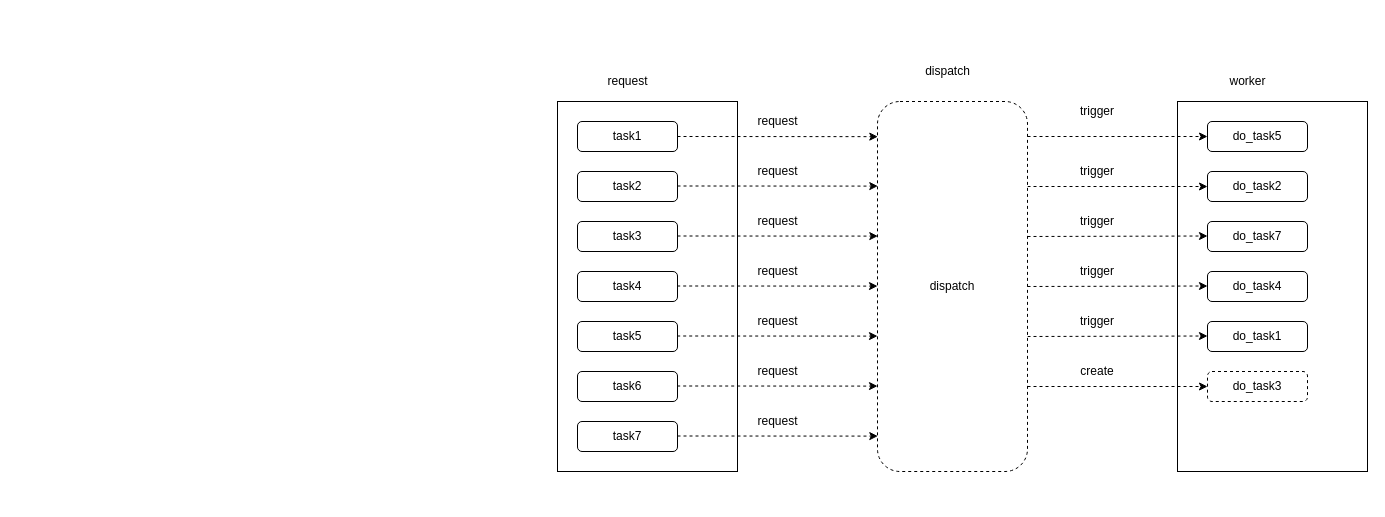
Before: page "第 1 页" (1 of 2) of lfp_documents/docs/app_base/app_libs/app_threadpool/线程池.drawio in Wytaitaislee/lfp_tech_advance, a draw.io diagram. Source tidied: cells renumbered, new cells numbered last; positions are measured from the earlier drawing's top-left corner, leaving out a move shared by most shapes. Both pictures are drawn from the tidied source at 100%, with x=0, y=0 at pixel (557, 61).
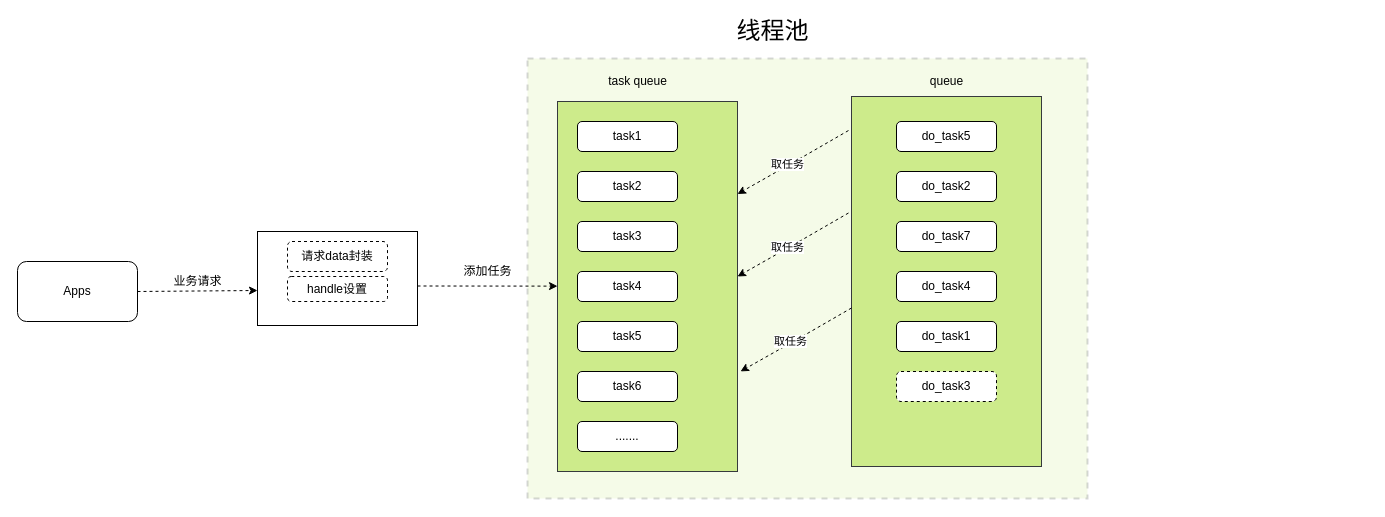
The same diagram, later.

Commit message:
线程池整体架构

The change refers to these unchanged cells:
```xml
<mxCell id="3" value="task1" style="rounded=1;whiteSpace=wrap;html=1;" parent="1" vertex="1">
  <mxGeometry x="20" y="60" width="100" height="30" as="geometry" />
</mxCell>
```

Diff of the diagram source:
```diff
@@
+    <mxCell id="47" style="rounded=0;whiteSpace=wrap;html=1;shadow=0;dashed=1;strokeColor=#36393d;fillColor=#cdeb8b;strokeWidth=2;opacity=20;" parent="1" vertex="1">
+      <mxGeometry x="-30" y="-3" width="560" height="440" as="geometry" />
+    </mxCell>
-    <mxCell id="2" style="rounded=0;whiteSpace=wrap;html=1;" parent="1" vertex="1">
+    <mxCell id="2" style="rounded=0;whiteSpace=wrap;html=1;fillColor=#cdeb8b;strokeColor=#36393d;" parent="1" vertex="1">
       <mxGeometry y="40" width="180" height="370" as="geometry" />
     </mxCell>
@@
-    <mxCell id="8" style="rounded=0;whiteSpace=wrap;html=1;" parent="1" vertex="1">
-      <mxGeometry x="620" y="40" width="190" height="370" as="geometry" />
+    <mxCell id="8" style="rounded=0;whiteSpace=wrap;html=1;fillColor=#cdeb8b;strokeColor=#36393d;" parent="1" vertex="1">
+      <mxGeometry x="294" y="35" width="190" height="370" as="geometry" />
     </mxCell>
-    <mxCell id="9" value="do_task5" style="rounded=1;whiteSpace=wrap;html=1;" parent="1" vertex="1">
-      <mxGeometry x="650" y="60" width="100" height="30" as="geometry" />
-    </mxCell>
-    <mxCell id="10" value="do_task2" style="rounded=1;whiteSpace=wrap;html=1;" parent="1" vertex="1">
-      <mxGeometry x="650" y="110" width="100" height="30" as="geometry" />
-    </mxCell>
     <mxCell id="11" value="do_task7" style="rounded=1;whiteSpace=wrap;html=1;" parent="1" vertex="1">
-      <mxGeometry x="650" y="160" width="100" height="30" as="geometry" />
+      <mxGeometry x="339" y="160" width="100" height="30" as="geometry" />
     </mxCell>
     <mxCell id="12" value="do_task4" style="rounded=1;whiteSpace=wrap;html=1;" parent="1" vertex="1">
-      <mxGeometry x="650" y="210" width="100" height="30" as="geometry" />
+      <mxGeometry x="339" y="210" width="100" height="30" as="geometry" />
     </mxCell>
     <mxCell id="13" value="do_task1" style="rounded=1;whiteSpace=wrap;html=1;" parent="1" vertex="1">
-      <mxGeometry x="650" y="260" width="100" height="30" as="geometry" />
+      <mxGeometry x="339" y="260" width="100" height="30" as="geometry" />
     </mxCell>
-    <mxCell id="14" value="request" style="text;html=1;align=center;verticalAlign=middle;" parent="1" vertex="1">
-      <mxGeometry x="40" y="10" width="60" height="20" as="geometry" />
-    </mxCell>
-    <mxCell id="15" value="worker" style="text;html=1;align=center;verticalAlign=middle;" parent="1" vertex="1">
-      <mxGeometry x="665" y="10" width="50" height="20" as="geometry" />
-    </mxCell>
-    <mxCell id="16" style="endArrow=classic;html=1;entryX=0;entryY=0.5;entryDx=0;entryDy=0;dashed=1;" parent="1" edge="1" target="9">
-      <mxGeometry relative="1" as="geometry">
-        <mxPoint x="470" y="75" as="sourcePoint" />
-      </mxGeometry>
-    </mxCell>
-    <mxCell id="17" style="endArrow=classic;html=1;entryX=0;entryY=0.5;entryDx=0;entryDy=0;dashed=1;" parent="1" edge="1" target="10">
-      <mxGeometry relative="1" as="geometry">
-        <mxPoint x="470" y="125" as="sourcePoint" />
-      </mxGeometry>
-    </mxCell>
-    <mxCell id="18" style="endArrow=classic;html=1;entryX=0;entryY=0.5;entryDx=0;entryDy=0;dashed=1;" parent="1" edge="1">
-      <mxGeometry relative="1" as="geometry">
-        <mxPoint x="470" y="175" as="sourcePoint" />
-        <mxPoint x="650" y="174.5" as="targetPoint" />
-      </mxGeometry>
-    </mxCell>
-    <mxCell id="19" style="endArrow=classic;html=1;entryX=0;entryY=0.5;entryDx=0;entryDy=0;dashed=1;" parent="1" edge="1">
-      <mxGeometry relative="1" as="geometry">
-        <mxPoint x="470" y="225" as="sourcePoint" />
-        <mxPoint x="650" y="224.5" as="targetPoint" />
-      </mxGeometry>
-    </mxCell>
-    <mxCell id="20" style="endArrow=classic;html=1;entryX=0;entryY=0.5;entryDx=0;entryDy=0;dashed=1;" parent="1" edge="1">
-      <mxGeometry relative="1" as="geometry">
-        <mxPoint x="470" y="275" as="sourcePoint" />
-        <mxPoint x="650" y="274.5" as="targetPoint" />
-      </mxGeometry>
-    </mxCell>
@@
     <mxCell id="22" value="do_task3" style="rounded=1;whiteSpace=wrap;html=1;dashed=1;" parent="1" vertex="1">
-      <mxGeometry x="650" y="310" width="100" height="30" as="geometry" />
+      <mxGeometry x="339" y="310" width="100" height="30" as="geometry" />
     </mxCell>
-    <mxCell id="23" value="task7" style="rounded=1;whiteSpace=wrap;html=1;" parent="1" vertex="1">
+    <mxCell id="23" value="......." style="rounded=1;whiteSpace=wrap;html=1;" parent="1" vertex="1">
       <mxGeometry x="20" y="360" width="100" height="30" as="geometry" />
     </mxCell>
-    <mxCell id="24" style="endArrow=classic;html=1;dashed=1;entryX=0;entryY=0.5;entryDx=0;entryDy=0;" parent="1" edge="1" target="22">
-      <mxGeometry relative="1" as="geometry">
-        <mxPoint x="470" y="325" as="sourcePoint" />
-        <Array as="points">
-          <mxPoint x="470" y="325" />
-        </Array>
-      </mxGeometry>
-    </mxCell>
-    <mxCell id="25" value="create" style="text;html=1;strokeColor=none;fillColor=none;align=center;verticalAlign=middle;whiteSpace=wrap;rounded=0;dashed=1;" parent="1" vertex="1">
-      <mxGeometry x="520" y="300" width="40" height="20" as="geometry" />
-    </mxCell>
-    <mxCell id="26" value="trigger" style="text;html=1;strokeColor=none;fillColor=none;align=center;verticalAlign=middle;whiteSpace=wrap;rounded=0;dashed=1;" parent="1" vertex="1">
-      <mxGeometry x="520" y="40" width="40" height="20" as="geometry" />
-    </mxCell>
-    <mxCell id="27" value="trigger" style="text;html=1;strokeColor=none;fillColor=none;align=center;verticalAlign=middle;whiteSpace=wrap;rounded=0;dashed=1;" parent="1" vertex="1">
-      <mxGeometry x="520" y="100" width="40" height="20" as="geometry" />
-    </mxCell>
-    <mxCell id="28" value="trigger" style="text;html=1;strokeColor=none;fillColor=none;align=center;verticalAlign=middle;whiteSpace=wrap;rounded=0;dashed=1;" parent="1" vertex="1">
-      <mxGeometry x="520" y="150" width="40" height="20" as="geometry" />
-    </mxCell>
-    <mxCell id="29" value="trigger" style="text;html=1;strokeColor=none;fillColor=none;align=center;verticalAlign=middle;whiteSpace=wrap;rounded=0;dashed=1;" parent="1" vertex="1">
-      <mxGeometry x="520" y="200" width="40" height="20" as="geometry" />
-    </mxCell>
-    <mxCell id="30" value="trigger" style="text;html=1;strokeColor=none;fillColor=none;align=center;verticalAlign=middle;whiteSpace=wrap;rounded=0;dashed=1;" parent="1" vertex="1">
-      <mxGeometry x="520" y="250" width="40" height="20" as="geometry" />
-    </mxCell>
-    <mxCell id="31" value="dispatch" style="rounded=1;whiteSpace=wrap;html=1;dashed=1;" parent="1" vertex="1">
-      <mxGeometry x="320" y="40" width="150" height="370" as="geometry" />
-    </mxCell>
-    <mxCell id="32" value="dispatch" style="text;html=1;align=center;verticalAlign=middle;" parent="1" vertex="1">
-      <mxGeometry x="360" width="60" height="20" as="geometry" />
+    <mxCell id="32" value="queue" style="text;html=1;align=center;verticalAlign=middle;" parent="1" vertex="1">
+      <mxGeometry x="364" y="10" width="50" height="20" as="geometry" />
     </mxCell>
-    <mxCell id="33" style="endArrow=classic;html=1;dashed=1;exitX=1;exitY=0.5;exitDx=0;exitDy=0;entryX=0.002;entryY=0.095;entryDx=0;entryDy=0;entryPerimeter=0;" parent="1" edge="1" source="3" target="31">
-      <mxGeometry relative="1" as="geometry" />
-    </mxCell>
-    <mxCell id="34" style="endArrow=classic;html=1;dashed=1;exitX=1;exitY=0.5;exitDx=0;exitDy=0;entryX=0.002;entryY=0.095;entryDx=0;entryDy=0;entryPerimeter=0;" parent="1" edge="1">
-      <mxGeometry relative="1" as="geometry">
-        <mxPoint x="120" y="124.5" as="sourcePoint" />
-        <mxPoint x="320.3" y="124.6" as="targetPoint" />
-      </mxGeometry>
-    </mxCell>
-    <mxCell id="35" style="endArrow=classic;html=1;dashed=1;exitX=1;exitY=0.5;exitDx=0;exitDy=0;entryX=0.002;entryY=0.095;entryDx=0;entryDy=0;entryPerimeter=0;" parent="1" edge="1">
-      <mxGeometry relative="1" as="geometry">
-        <mxPoint x="120" y="174.5" as="sourcePoint" />
-        <mxPoint x="320.3" y="174.6" as="targetPoint" />
-      </mxGeometry>
-    </mxCell>
-    <mxCell id="36" style="endArrow=classic;html=1;dashed=1;exitX=1;exitY=0.5;exitDx=0;exitDy=0;entryX=0.002;entryY=0.095;entryDx=0;entryDy=0;entryPerimeter=0;" parent="1" edge="1">
-      <mxGeometry relative="1" as="geometry">
-        <mxPoint x="119.7" y="224.5" as="sourcePoint" />
-        <mxPoint x="320" y="224.6" as="targetPoint" />
-      </mxGeometry>
-    </mxCell>
-    <mxCell id="37" style="endArrow=classic;html=1;dashed=1;exitX=1;exitY=0.5;exitDx=0;exitDy=0;entryX=0.002;entryY=0.095;entryDx=0;entryDy=0;entryPerimeter=0;" parent="1" edge="1">
-      <mxGeometry relative="1" as="geometry">
-        <mxPoint x="119.7" y="274.5" as="sourcePoint" />
-        <mxPoint x="320" y="274.6" as="targetPoint" />
-      </mxGeometry>
-    </mxCell>
-    <mxCell id="38" style="endArrow=classic;html=1;dashed=1;exitX=1;exitY=0.5;exitDx=0;exitDy=0;entryX=0.002;entryY=0.095;entryDx=0;entryDy=0;entryPerimeter=0;" parent="1" edge="1">
-      <mxGeometry relative="1" as="geometry">
-        <mxPoint x="119.7" y="324.5" as="sourcePoint" />
-        <mxPoint x="320" y="324.6" as="targetPoint" />
-      </mxGeometry>
-    </mxCell>
-    <mxCell id="39" style="endArrow=classic;html=1;dashed=1;exitX=1;exitY=0.5;exitDx=0;exitDy=0;entryX=0.002;entryY=0.095;entryDx=0;entryDy=0;entryPerimeter=0;" parent="1" edge="1">
-      <mxGeometry relative="1" as="geometry">
-        <mxPoint x="120" y="374.5" as="sourcePoint" />
-        <mxPoint x="320.3" y="374.6" as="targetPoint" />
-      </mxGeometry>
-    </mxCell>
-    <mxCell id="40" value="request" style="text;html=1;align=center;verticalAlign=middle;" parent="1" vertex="1">
-      <mxGeometry x="190" y="50" width="60" height="20" as="geometry" />
-    </mxCell>
-    <mxCell id="41" value="request" style="text;html=1;align=center;verticalAlign=middle;" parent="1" vertex="1">
-      <mxGeometry x="190" y="100" width="60" height="20" as="geometry" />
-    </mxCell>
-    <mxCell id="42" value="request" style="text;html=1;align=center;verticalAlign=middle;" parent="1" vertex="1">
-      <mxGeometry x="190" y="150" width="60" height="20" as="geometry" />
-    </mxCell>
-    <mxCell id="43" value="request" style="text;html=1;align=center;verticalAlign=middle;" parent="1" vertex="1">
-      <mxGeometry x="190" y="200" width="60" height="20" as="geometry" />
-    </mxCell>
-    <mxCell id="44" value="request" style="text;html=1;align=center;verticalAlign=middle;" parent="1" vertex="1">
-      <mxGeometry x="190" y="250" width="60" height="20" as="geometry" />
-    </mxCell>
-    <mxCell id="45" value="request" style="text;html=1;align=center;verticalAlign=middle;" parent="1" vertex="1">
-      <mxGeometry x="190" y="300" width="60" height="20" as="geometry" />
-    </mxCell>
-    <mxCell id="46" value="request" style="text;html=1;align=center;verticalAlign=middle;" parent="1" vertex="1">
-      <mxGeometry x="190" y="350" width="60" height="20" as="geometry" />
-    </mxCell>
+    <mxCell id="48" value="Apps" style="rounded=1;whiteSpace=wrap;html=1;" parent="1" vertex="1">
+      <mxGeometry x="-540" y="200" width="120" height="60" as="geometry" />
+    </mxCell>
+    <mxCell id="49" style="endArrow=classic;html=1;dashed=1;exitX=1;exitY=0.5;exitDx=0;exitDy=0;" parent="1" edge="1" source="48">
+      <mxGeometry relative="1" as="geometry">
+        <mxPoint x="-300" y="229" as="targetPoint" />
+      </mxGeometry>
+    </mxCell>
+    <mxCell id="50" style="endArrow=classic;html=1;dashed=1;exitX=1;exitY=0.5;exitDx=0;exitDy=0;entryX=0;entryY=0.499;entryDx=0;entryDy=0;entryPerimeter=0;" parent="1" edge="1" target="2">
+      <mxGeometry relative="1" as="geometry">
+        <mxPoint x="-140" y="224.5" as="sourcePoint" />
+      </mxGeometry>
+    </mxCell>
+    <mxCell id="51" style="rounded=0;whiteSpace=wrap;html=1;" parent="1" vertex="1">
+      <mxGeometry x="-300" y="170" width="160" height="94" as="geometry" />
+    </mxCell>
+    <mxCell id="52" value="&lt;span&gt;请求data封装&lt;br&gt;&lt;/span&gt;" style="rounded=1;whiteSpace=wrap;html=1;shadow=0;gradientColor=none;fillColor=#FFFFFF;dashed=1;" parent="1" vertex="1">
+      <mxGeometry x="-270" y="180" width="100" height="30" as="geometry" />
+    </mxCell>
+    <mxCell id="53" value="业务请求" style="text;html=1;align=center;verticalAlign=middle;" parent="1" vertex="1">
+      <mxGeometry x="-390" y="210" width="60" height="20" as="geometry" />
+    </mxCell>
+    <mxCell id="54" value="&lt;span&gt;handle设置&lt;br&gt;&lt;/span&gt;" style="rounded=1;whiteSpace=wrap;html=1;shadow=0;gradientColor=none;fillColor=#FFFFFF;dashed=1;" parent="1" vertex="1">
+      <mxGeometry x="-270" y="215" width="100" height="25" as="geometry" />
+    </mxCell>
+    <mxCell id="55" value="添加任务" style="text;html=1;align=center;verticalAlign=middle;" parent="1" vertex="1">
+      <mxGeometry x="-100" y="200" width="60" height="20" as="geometry" />
+    </mxCell>
+    <mxCell id="56" value="task queue" style="text;html=1;align=center;verticalAlign=middle;" parent="1" vertex="1">
+      <mxGeometry x="45" y="10" width="70" height="20" as="geometry" />
+    </mxCell>
+    <mxCell id="57" value="&lt;font style=&quot;font-size: 24px&quot;&gt;线程池&lt;/font&gt;" style="text;html=1;align=center;verticalAlign=middle;" parent="1" vertex="1">
+      <mxGeometry x="170" y="-40" width="90" height="20" as="geometry" />
+    </mxCell>
+    <mxCell id="9" value="do_task5" style="rounded=1;whiteSpace=wrap;html=1;" parent="1" vertex="1">
+      <mxGeometry x="339" y="60" width="100" height="30" as="geometry" />
+    </mxCell>
+    <mxCell id="10" value="do_task2" style="rounded=1;whiteSpace=wrap;html=1;" parent="1" vertex="1">
+      <mxGeometry x="339" y="110" width="100" height="30" as="geometry" />
+    </mxCell>
+    <mxCell id="58" style="endArrow=classic;html=1;dashed=1;exitX=-0.016;exitY=0.092;exitDx=0;exitDy=0;exitPerimeter=0;edgeStyle=isometricEdgeStyle;entryX=1;entryY=0.25;entryDx=0;entryDy=0;" parent="1" edge="1" source="8" target="2">
+      <mxGeometry relative="1" as="geometry" />
+    </mxCell>
+    <mxCell id="59" value="取任务" style="edgeLabel;html=1;align=center;verticalAlign=middle;" parent="58" vertex="1">
+      <mxGeometry x="0.1" y="-1" relative="1" as="geometry" />
+    </mxCell>
+    <mxCell id="60" style="endArrow=classic;html=1;dashed=1;exitX=-0.016;exitY=0.092;exitDx=0;exitDy=0;exitPerimeter=0;edgeStyle=isometricEdgeStyle;entryX=1;entryY=0.25;entryDx=0;entryDy=0;" parent="1" edge="1">
+      <mxGeometry relative="1" as="geometry">
+        <mxPoint x="291" y="151.5" as="sourcePoint" />
+        <mxPoint x="180" y="215" as="targetPoint" />
+      </mxGeometry>
+    </mxCell>
+    <mxCell id="61" value="取任务" style="edgeLabel;html=1;align=center;verticalAlign=middle;" parent="60" vertex="1">
+      <mxGeometry x="0.1" y="-1" relative="1" as="geometry" />
+    </mxCell>
+    <mxCell id="62" style="endArrow=classic;html=1;dashed=1;exitX=-0.016;exitY=0.092;exitDx=0;exitDy=0;exitPerimeter=0;edgeStyle=isometricEdgeStyle;entryX=1;entryY=0.25;entryDx=0;entryDy=0;" parent="1" edge="1">
+      <mxGeometry relative="1" as="geometry">
+        <mxPoint x="294" y="246.5" as="sourcePoint" />
+        <mxPoint x="183" y="309.9" as="targetPoint" />
+      </mxGeometry>
+    </mxCell>
+    <mxCell id="63" value="取任务" style="edgeLabel;html=1;align=center;verticalAlign=middle;" parent="62" vertex="1">
+      <mxGeometry x="0.1" y="-1" relative="1" as="geometry" />
+    </mxCell>
```
